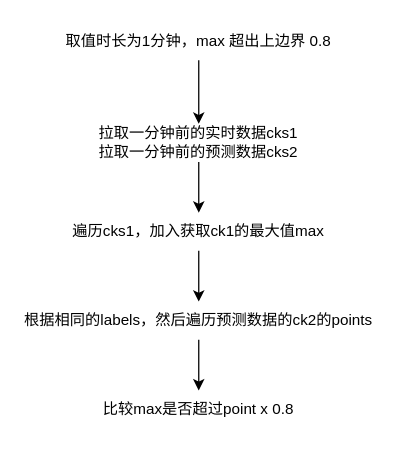
wupei-w/diagrams keeps this draw.io diagram as dynamic-alert.drawio. Above is the earlier version. Source tidied: cells renumbered, new cells numbered last; positions are measured from the earlier drawing's top-left corner, leaving out a move shared by most shapes. Both pictures are drawn from the tidied source at 127%, with x=0, y=0 at pixel (22, 22).
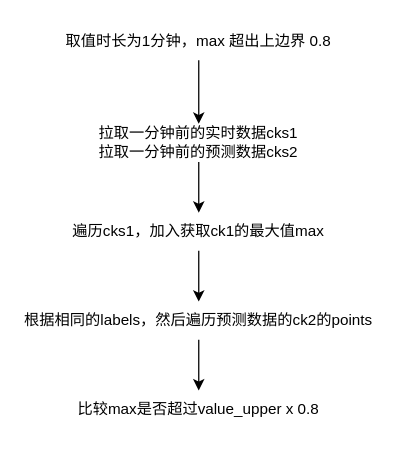
Above is the later version.

The edit, as a diff of the source:
```diff
@@
 <mxGraphModel>
   <root>
     <mxCell id="0" />
     <mxCell id="1" parent="0" />
     <mxCell id="2" style="edgeStyle=orthogonalEdgeStyle;rounded=0;jettySize=auto;html=1;" parent="1" edge="1" source="3" target="5">
       <mxGeometry relative="1" as="geometry" />
     </mxCell>
     <mxCell id="3" value="取值时长为1分钟，max 超出上边界 0.8" style="text;html=1;strokeColor=none;fillColor=none;align=center;verticalAlign=middle;whiteSpace=wrap;rounded=0;" parent="1" vertex="1">
       <mxGeometry x="14" width="250" height="30" as="geometry" />
     </mxCell>
     <mxCell id="4" style="edgeStyle=orthogonalEdgeStyle;rounded=0;jettySize=auto;html=1;" parent="1" edge="1" source="5" target="7">
       <mxGeometry relative="1" as="geometry" />
     </mxCell>
     <mxCell id="5" value="拉取一分钟前的实时数据cks1&lt;br&gt;拉取一分钟前的预测数据cks2" style="text;html=1;strokeColor=none;fillColor=none;align=center;verticalAlign=middle;whiteSpace=wrap;rounded=0;" parent="1" vertex="1">
       <mxGeometry x="46" y="80" width="186" height="30" as="geometry" />
     </mxCell>
     <mxCell id="6" style="edgeStyle=orthogonalEdgeStyle;rounded=0;jettySize=auto;html=1;" parent="1" edge="1" source="7" target="9">
       <mxGeometry relative="1" as="geometry" />
     </mxCell>
     <mxCell id="7" value="遍历cks1，加入获取ck1的最大值max" style="text;html=1;strokeColor=none;fillColor=none;align=center;verticalAlign=middle;whiteSpace=wrap;rounded=0;" parent="1" vertex="1">
       <mxGeometry x="27" y="150" width="224" height="30" as="geometry" />
     </mxCell>
     <mxCell id="8" style="edgeStyle=orthogonalEdgeStyle;rounded=0;jettySize=auto;html=1;" parent="1" edge="1" source="9" target="10">
       <mxGeometry relative="1" as="geometry" />
     </mxCell>
     <mxCell id="9" value="根据相同的labels，然后遍历预测数据的ck2的points" style="text;html=1;strokeColor=none;fillColor=none;align=center;verticalAlign=middle;whiteSpace=wrap;rounded=0;" parent="1" vertex="1">
       <mxGeometry y="220" width="278" height="30" as="geometry" />
     </mxCell>
-    <mxCell id="10" value="比较max是否超过point x 0.8" style="text;html=1;strokeColor=none;fillColor=none;align=center;verticalAlign=middle;whiteSpace=wrap;rounded=0;" parent="1" vertex="1">
-      <mxGeometry x="51" y="290" width="176" height="30" as="geometry" />
+    <mxCell id="10" value="比较max是否超过value_upper x 0.8" style="text;html=1;strokeColor=none;fillColor=none;align=center;verticalAlign=middle;whiteSpace=wrap;rounded=0;" parent="1" vertex="1">
+      <mxGeometry x="42" y="290" width="194" height="30" as="geometry" />
     </mxCell>
   </root>
 </mxGraphModel>
```
